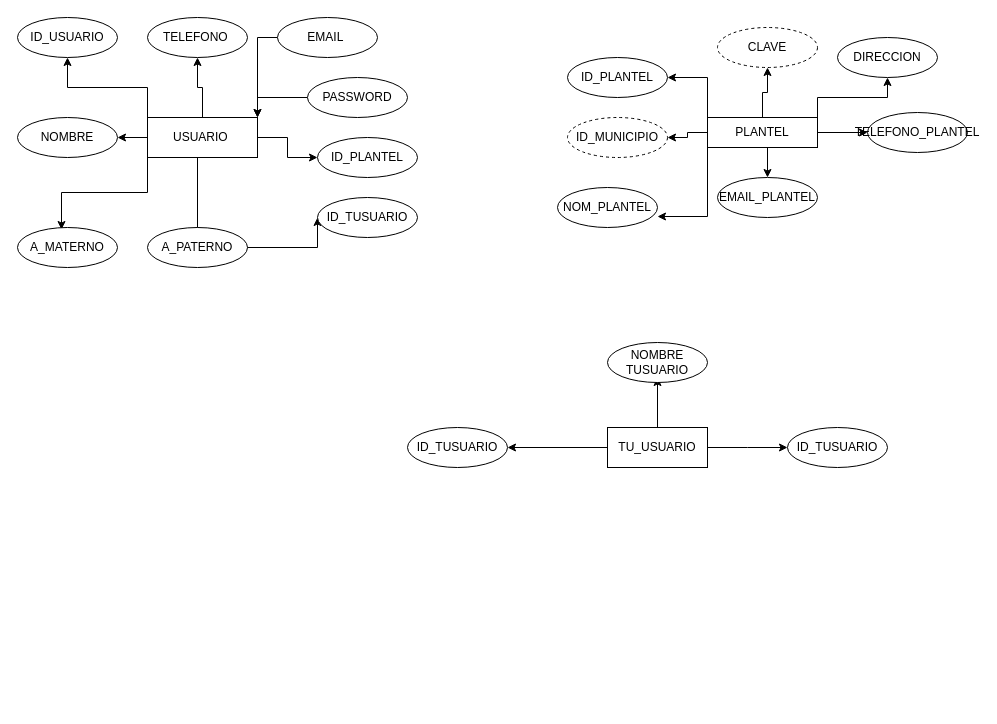
Before: Diagrama sin título.drawio in pedroromeroDG/construction_BD, a draw.io diagram. Source tidied: cells renumbered, new cells numbered last; positions are measured from the earlier drawing's top-left corner, leaving out a move shared by most shapes. Both pictures are drawn from the tidied source at 100%, with x=0, y=0 at pixel (17, 17).
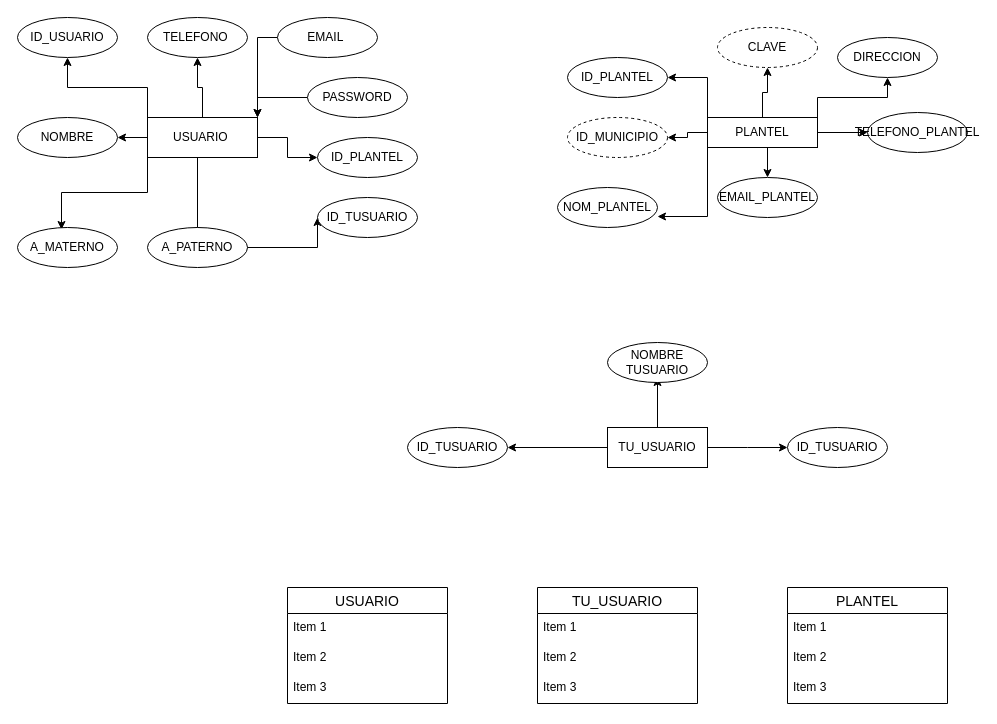
Above is the later version.

Diff of the diagram source:
```diff
@@
+    <mxCell id="42" value="USUARIO" style="swimlane;fontStyle=0;horizontal=1;startSize=26;align=center;fontSize=14;" parent="1" vertex="1">
+      <mxGeometry x="270" y="570" width="160" height="116" as="geometry" />
+    </mxCell>
+    <mxCell id="43" value="Item 1" style="text;strokeColor=none;fillColor=none;spacingLeft=4;spacingRight=4;overflow=hidden;fontSize=12;whiteSpace=wrap;html=1;" parent="42" vertex="1">
+      <mxGeometry y="26" width="160" height="30" as="geometry" />
+    </mxCell>
+    <mxCell id="44" value="Item 2" style="text;strokeColor=none;fillColor=none;spacingLeft=4;spacingRight=4;overflow=hidden;fontSize=12;whiteSpace=wrap;html=1;" parent="42" vertex="1">
+      <mxGeometry y="56" width="160" height="30" as="geometry" />
+    </mxCell>
+    <mxCell id="45" value="Item 3" style="text;strokeColor=none;fillColor=none;spacingLeft=4;spacingRight=4;overflow=hidden;fontSize=12;whiteSpace=wrap;html=1;" parent="42" vertex="1">
+      <mxGeometry y="86" width="160" height="30" as="geometry" />
+    </mxCell>
+    <mxCell id="46" value="TU_USUARIO" style="swimlane;fontStyle=0;horizontal=1;startSize=26;align=center;fontSize=14;" parent="1" vertex="1">
+      <mxGeometry x="520" y="570" width="160" height="116" as="geometry" />
+    </mxCell>
+    <mxCell id="47" value="Item 1" style="text;strokeColor=none;fillColor=none;spacingLeft=4;spacingRight=4;overflow=hidden;fontSize=12;whiteSpace=wrap;html=1;" parent="46" vertex="1">
+      <mxGeometry y="26" width="160" height="30" as="geometry" />
+    </mxCell>
+    <mxCell id="48" value="Item 2" style="text;strokeColor=none;fillColor=none;spacingLeft=4;spacingRight=4;overflow=hidden;fontSize=12;whiteSpace=wrap;html=1;" parent="46" vertex="1">
+      <mxGeometry y="56" width="160" height="30" as="geometry" />
+    </mxCell>
+    <mxCell id="49" value="Item 3" style="text;strokeColor=none;fillColor=none;spacingLeft=4;spacingRight=4;overflow=hidden;fontSize=12;whiteSpace=wrap;html=1;" parent="46" vertex="1">
+      <mxGeometry y="86" width="160" height="30" as="geometry" />
+    </mxCell>
+    <mxCell id="50" value="PLANTEL" style="swimlane;fontStyle=0;horizontal=1;startSize=26;align=center;fontSize=14;" parent="1" vertex="1">
+      <mxGeometry x="770" y="570" width="160" height="116" as="geometry" />
+    </mxCell>
+    <mxCell id="51" value="Item 1" style="text;strokeColor=none;fillColor=none;spacingLeft=4;spacingRight=4;overflow=hidden;fontSize=12;whiteSpace=wrap;html=1;" parent="50" vertex="1">
+      <mxGeometry y="26" width="160" height="30" as="geometry" />
+    </mxCell>
+    <mxCell id="52" value="Item 2" style="text;strokeColor=none;fillColor=none;spacingLeft=4;spacingRight=4;overflow=hidden;fontSize=12;whiteSpace=wrap;html=1;" parent="50" vertex="1">
+      <mxGeometry y="56" width="160" height="30" as="geometry" />
+    </mxCell>
+    <mxCell id="53" value="Item 3" style="text;strokeColor=none;fillColor=none;spacingLeft=4;spacingRight=4;overflow=hidden;fontSize=12;whiteSpace=wrap;html=1;" parent="50" vertex="1">
+      <mxGeometry y="86" width="160" height="30" as="geometry" />
+    </mxCell>
```
